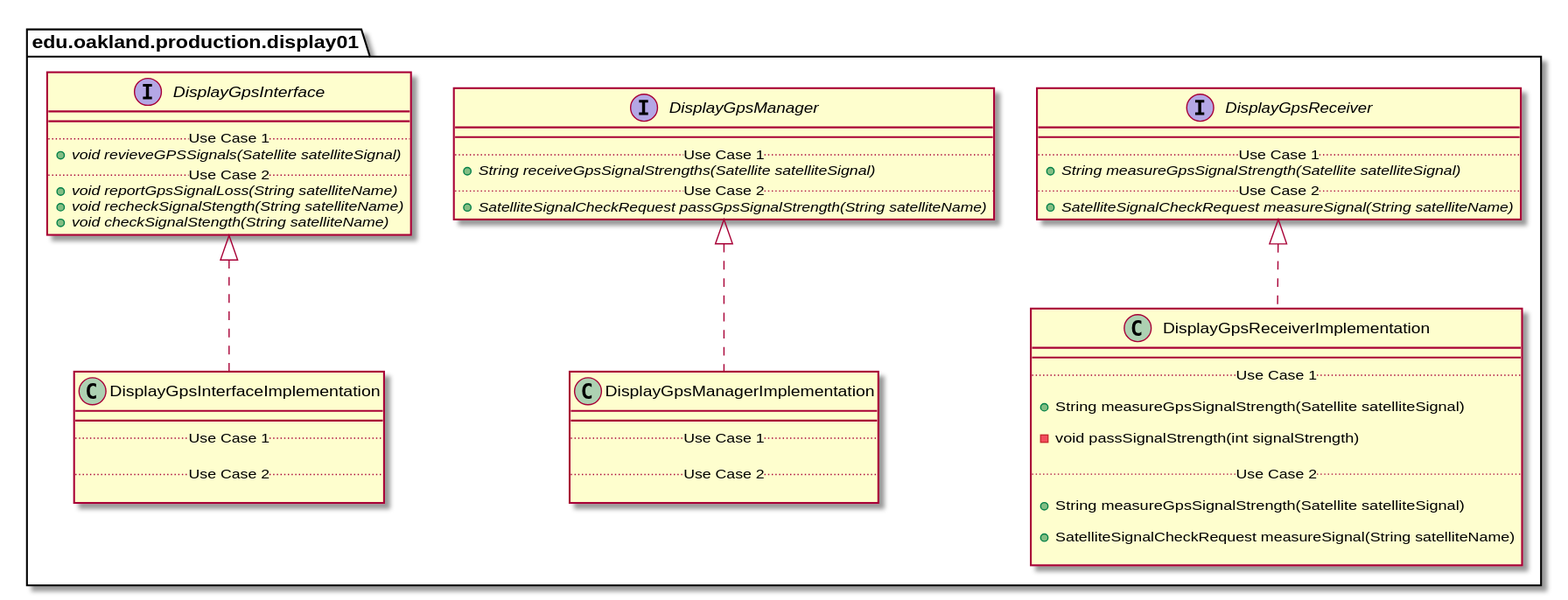
Above: docs/uml-class-diagrams/display01/production/Display01ProductionPackage_Closure.svg in andrewdimmer/csi-3370-software-project (PlantUML), before the change.
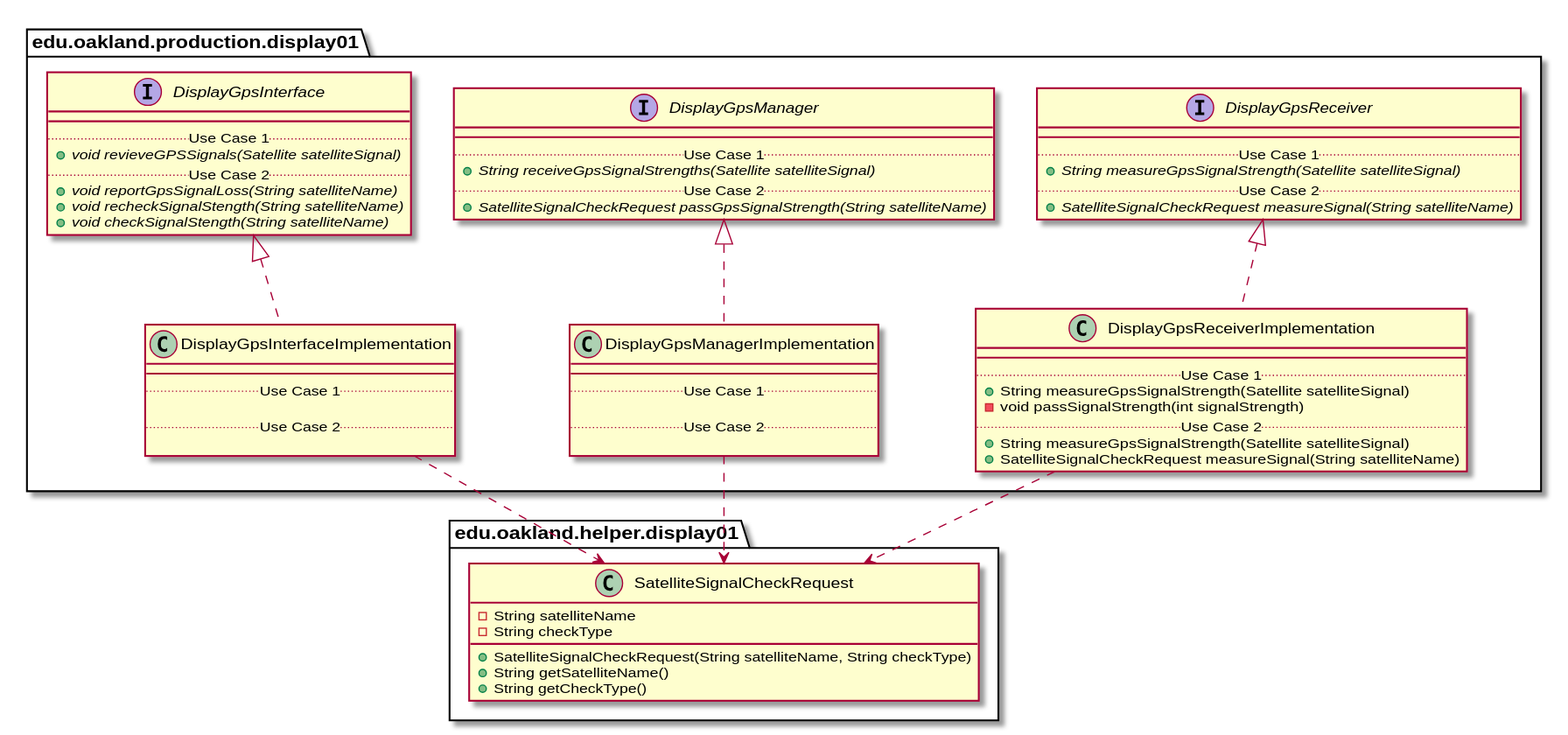
After the change.

Change to the diagram source:
```diff
@@ -74,6 +74,23 @@
 
 
 
+package edu.oakland.helper.display01 {
+    class SatelliteSignalCheckRequest {
+        - String satelliteName
+        - String checkType
+        + SatelliteSignalCheckRequest(String satelliteName, String checkType)
+        + String getSatelliteName()
+        + String getCheckType()
+    }
+}
+
+
+
+
+
+
+DisplayGpsInterfaceImplementation ..> SatelliteSignalCheckRequest
+
 
 
 
@@ -91,7 +108,7 @@
 
 DisplayGpsManagerImplementation .up.|> DisplayGpsManager
 
-
+DisplayGpsManagerImplementation ..> SatelliteSignalCheckRequest
 
 
 
@@ -101,24 +118,18 @@
     class DisplayGpsReceiverImplementation {
         __
         .. Use Case 1 ..
-
         + String measureGpsSignalStrength(Satellite satelliteSignal)
-
         - void passSignalStrength(int signalStrength)
-
         .. Use Case 2 ..
-
         + String measureGpsSignalStrength(Satellite satelliteSignal)
-
         + SatelliteSignalCheckRequest measureSignal(String satelliteName)
-
     }
 }
 
 
 DisplayGpsReceiverImplementation .up.|> DisplayGpsReceiver
 
-
+DisplayGpsReceiverImplementation ..> SatelliteSignalCheckRequest
 
 
 
```
